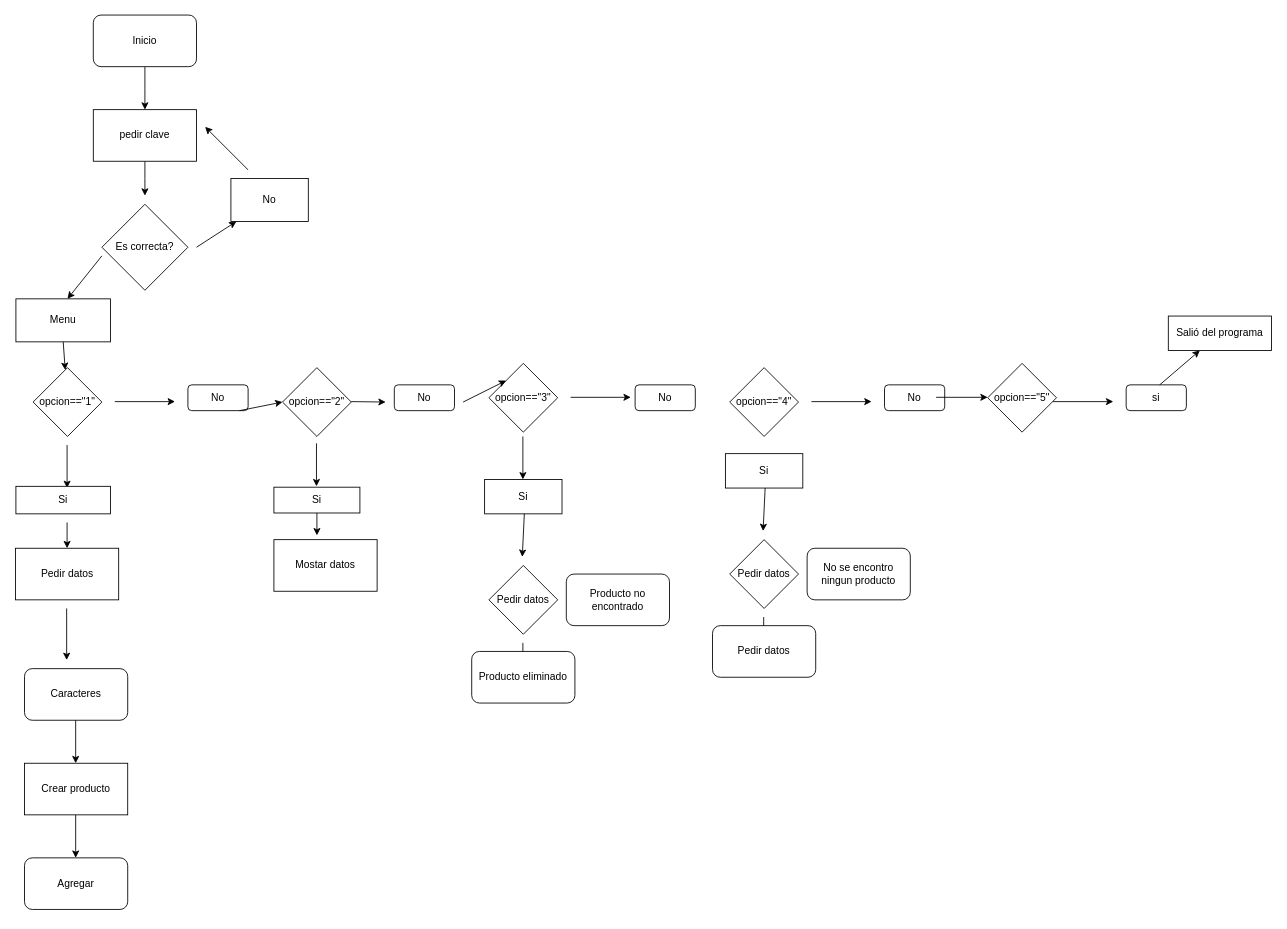
Before: Diagrama sin título.drawio in kevinld93/tp, a draw.io diagram. Source tidied: cells renumbered, new cells numbered last; positions are measured from the earlier drawing's top-left corner, leaving out a move shared by most shapes. Both pictures are drawn from the tidied source at 86%, with x=0, y=0 at pixel (15, 15).
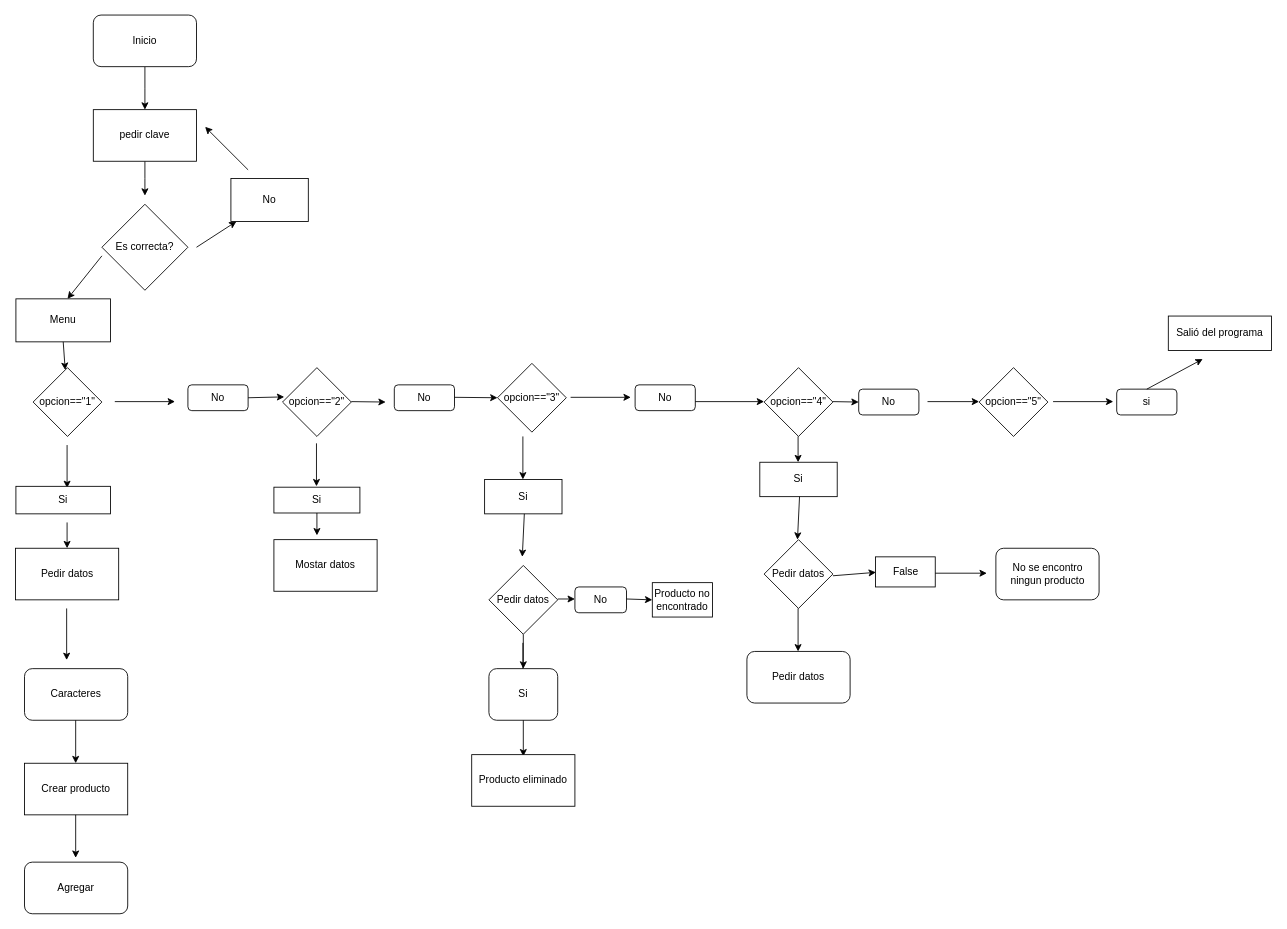
Above is the later version.

Unchanged cells that the change refers to:
```xml
<mxCell id="8" value="No" style="rounded=0;whiteSpace=wrap;html=1;" parent="1" vertex="1">
  <mxGeometry x="250" y="190" width="90" height="50" as="geometry" />
</mxCell>
<mxCell id="16" value="opcion==&quot;2&quot;" style="rhombus;whiteSpace=wrap;html=1;" parent="1" vertex="1">
  <mxGeometry x="310" y="410" width="80" height="80" as="geometry" />
</mxCell>
<mxCell id="32" value="Salió del programa" style="rounded=0;whiteSpace=wrap;html=1;" parent="1" vertex="1">
  <mxGeometry x="1340" y="350" width="120" height="40" as="geometry" />
</mxCell>
<mxCell id="50" value="Pedir datos" style="rhombus;whiteSpace=wrap;html=1;" parent="1" vertex="1">
  <mxGeometry x="550" y="640" width="80" height="80" as="geometry" />
</mxCell>
```

What changed in the source:
```diff
@@
     <mxCell id="7" style="endArrow=classic;html=1;rounded=0;" parent="1" edge="1" target="8">
       <mxGeometry relative="1" as="geometry">
         <mxPoint x="210" y="270" as="sourcePoint" />
-        <Array as="points">
-          <mxPoint x="210" y="270" />
-        </Array>
       </mxGeometry>
     </mxCell>
@@
-    <mxCell id="19" style="endArrow=classic;html=1;rounded=0;entryX=0;entryY=0.5;entryDx=0;entryDy=0;" parent="1" edge="1" target="16">
+    <mxCell id="19" style="endArrow=classic;html=1;rounded=0;entryX=0.025;entryY=0.425;entryDx=0;entryDy=0;entryPerimeter=0;" parent="1" edge="1" target="16">
       <mxGeometry relative="1" as="geometry">
-        <mxPoint x="260" y="460" as="sourcePoint" />
+        <mxPoint x="270" y="445" as="sourcePoint" />
       </mxGeometry>
     </mxCell>
     <mxCell id="20" value="opcion==&quot;3&quot;" style="rhombus;whiteSpace=wrap;html=1;" parent="1" vertex="1">
-      <mxGeometry x="550" y="405" width="80" height="80" as="geometry" />
+      <mxGeometry x="560" y="405" width="80" height="80" as="geometry" />
     </mxCell>
@@
-    <mxCell id="23" style="endArrow=classic;html=1;rounded=0;entryX=0;entryY=0;entryDx=0;entryDy=0;" parent="1" edge="1" target="20">
+    <mxCell id="23" style="endArrow=classic;html=1;rounded=0;entryX=0;entryY=0.5;entryDx=0;entryDy=0;" parent="1" edge="1" target="20">
       <mxGeometry relative="1" as="geometry">
-        <mxPoint x="520" y="450" as="sourcePoint" />
+        <mxPoint x="510" y="444.5" as="sourcePoint" />
       </mxGeometry>
     </mxCell>
     <mxCell id="24" value="opcion==&quot;4&quot;" style="rhombus;whiteSpace=wrap;html=1;" parent="1" vertex="1">
-      <mxGeometry x="830" y="410" width="80" height="80" as="geometry" />
+      <mxGeometry x="870" y="410" width="80" height="80" as="geometry" />
     </mxCell>
     <mxCell id="25" style="endArrow=classic;html=1;rounded=0;" parent="1" edge="1">
       <mxGeometry relative="1" as="geometry">
-        <mxPoint x="925" y="449.5" as="sourcePoint" />
-        <mxPoint x="995" y="449.5" as="targetPoint" />
+        <mxPoint x="950" y="449.5" as="sourcePoint" />
+        <mxPoint x="980" y="450" as="targetPoint" />
       </mxGeometry>
     </mxCell>
     <mxCell id="26" value="No" style="rounded=1;whiteSpace=wrap;html=1;" parent="1" vertex="1">
-      <mxGeometry x="1010" y="430" width="70" height="30" as="geometry" />
+      <mxGeometry x="980" y="435" width="70" height="30" as="geometry" />
     </mxCell>
     <mxCell id="27" value="opcion==&quot;5&quot;" style="rhombus;whiteSpace=wrap;html=1;" parent="1" vertex="1">
-      <mxGeometry x="1130" y="405" width="80" height="80" as="geometry" />
+      <mxGeometry x="1120" y="410" width="80" height="80" as="geometry" />
     </mxCell>
@@
     <mxCell id="29" value="si" style="rounded=1;whiteSpace=wrap;html=1;" parent="1" vertex="1">
-      <mxGeometry x="1291" y="430" width="70" height="30" as="geometry" />
+      <mxGeometry x="1280" y="435" width="70" height="30" as="geometry" />
     </mxCell>
     <mxCell id="30" style="endArrow=classic;html=1;rounded=0;" parent="1" edge="1">
       <mxGeometry relative="1" as="geometry">
-        <mxPoint x="1070" y="444.5" as="sourcePoint" />
-        <mxPoint x="1130" y="444.5" as="targetPoint" />
+        <mxPoint x="1060" y="449.5" as="sourcePoint" />
+        <mxPoint x="1120" y="449.5" as="targetPoint" />
       </mxGeometry>
     </mxCell>
-    <mxCell id="31" style="endArrow=classic;html=1;rounded=0;" parent="1" edge="1" target="32">
-      <mxGeometry relative="1" as="geometry">
-        <mxPoint x="1330" y="430" as="sourcePoint" />
-      </mxGeometry>
-    </mxCell>
@@
     <mxCell id="42" value="Agregar" style="rounded=1;whiteSpace=wrap;html=1;" parent="1" vertex="1">
-      <mxGeometry x="10" y="980" width="120" height="60" as="geometry" />
+      <mxGeometry x="10" y="985" width="120" height="60" as="geometry" />
     </mxCell>
@@
+    <mxCell id="60" style="edgeStyle=orthogonalEdgeStyle;rounded=0;jettySize=auto;html=1;" parent="1" edge="1" source="50" target="52">
+      <mxGeometry relative="1" as="geometry" />
+    </mxCell>
@@
-    <mxCell id="52" value="Producto eliminado" style="rounded=1;whiteSpace=wrap;html=1;" parent="1" vertex="1">
-      <mxGeometry x="530" y="740" width="120" height="60" as="geometry" />
+    <mxCell id="52" value="Si" style="rounded=1;whiteSpace=wrap;html=1;direction=south;" parent="1" vertex="1">
+      <mxGeometry x="550" y="760" width="80" height="60" as="geometry" />
     </mxCell>
-    <mxCell id="53" value="Producto no encontrado" style="rounded=1;whiteSpace=wrap;html=1;" parent="1" vertex="1">
-      <mxGeometry x="640" y="650" width="120" height="60" as="geometry" />
+    <mxCell id="53" value="No" style="rounded=1;whiteSpace=wrap;html=1;" parent="1" vertex="1">
+      <mxGeometry x="650" y="665" width="60" height="30" as="geometry" />
     </mxCell>
     <mxCell id="54" value="Si" style="rounded=0;whiteSpace=wrap;html=1;" parent="1" vertex="1">
-      <mxGeometry x="825" y="510" width="90" height="40" as="geometry" />
+      <mxGeometry x="865" y="520" width="90" height="40" as="geometry" />
     </mxCell>
     <mxCell id="55" style="endArrow=classic;html=1;rounded=0;entryX=0.25;entryY=0;entryDx=0;entryDy=0;" parent="1" edge="1">
       <mxGeometry relative="1" as="geometry">
-        <mxPoint x="871.2" y="550" as="sourcePoint" />
-        <mxPoint x="868.8" y="600" as="targetPoint" />
+        <mxPoint x="911.2" y="560" as="sourcePoint" />
+        <mxPoint x="908.8" y="610" as="targetPoint" />
       </mxGeometry>
     </mxCell>
     <mxCell id="56" value="Pedir datos" style="rhombus;whiteSpace=wrap;html=1;" parent="1" vertex="1">
-      <mxGeometry x="830" y="610" width="80" height="80" as="geometry" />
+      <mxGeometry x="870" y="610" width="80" height="80" as="geometry" />
     </mxCell>
     <mxCell id="57" style="endArrow=classic;html=1;rounded=0;" parent="1" edge="1">
       <mxGeometry relative="1" as="geometry">
-        <mxPoint x="869.5" y="700" as="sourcePoint" />
-        <mxPoint x="869.5" y="750" as="targetPoint" />
+        <mxPoint x="909.5" y="690" as="sourcePoint" />
+        <mxPoint x="909.5" y="740" as="targetPoint" />
       </mxGeometry>
     </mxCell>
     <mxCell id="58" value="Pedir datos" style="rounded=1;whiteSpace=wrap;html=1;" parent="1" vertex="1">
-      <mxGeometry x="810" y="710" width="120" height="60" as="geometry" />
+      <mxGeometry x="850" y="740" width="120" height="60" as="geometry" />
     </mxCell>
     <mxCell id="59" value="No se encontro ningun producto" style="rounded=1;whiteSpace=wrap;html=1;" parent="1" vertex="1">
-      <mxGeometry x="920" y="620" width="120" height="60" as="geometry" />
+      <mxGeometry x="1139.5" y="620" width="120" height="60" as="geometry" />
     </mxCell>
+    <mxCell id="61" style="endArrow=classic;html=1;rounded=0;exitX=0.5;exitY=0;exitDx=0;exitDy=0;" parent="1" edge="1" source="29">
+      <mxGeometry relative="1" as="geometry">
+        <mxPoint x="1380" y="400" as="targetPoint" />
+      </mxGeometry>
+    </mxCell>
+    <mxCell id="62" style="endArrow=classic;html=1;rounded=0;" parent="1" edge="1">
+      <mxGeometry relative="1" as="geometry">
+        <mxPoint x="590" y="820" as="sourcePoint" />
+        <mxPoint x="590" y="862" as="targetPoint" />
+      </mxGeometry>
+    </mxCell>
+    <mxCell id="63" value="Producto eliminado" style="rounded=0;whiteSpace=wrap;html=1;" parent="1" vertex="1">
+      <mxGeometry x="530" y="860" width="120" height="60" as="geometry" />
+    </mxCell>
+    <mxCell id="64" style="endArrow=classic;html=1;rounded=0;" parent="1" edge="1">
+      <mxGeometry relative="1" as="geometry">
+        <mxPoint x="710" y="679" as="sourcePoint" />
+        <mxPoint x="740" y="680" as="targetPoint" />
+      </mxGeometry>
+    </mxCell>
+    <mxCell id="65" style="endArrow=classic;html=1;rounded=0;" parent="1" edge="1">
+      <mxGeometry relative="1" as="geometry">
+        <mxPoint x="630" y="679" as="sourcePoint" />
+        <mxPoint x="650" y="679" as="targetPoint" />
+      </mxGeometry>
+    </mxCell>
+    <mxCell id="66" value="Producto no encontrado" style="rounded=0;whiteSpace=wrap;html=1;" parent="1" vertex="1">
+      <mxGeometry x="740" y="660" width="70" height="40" as="geometry" />
+    </mxCell>
+    <mxCell id="67" style="endArrow=classic;html=1;rounded=0;" parent="1" edge="1">
+      <mxGeometry relative="1" as="geometry">
+        <mxPoint x="909.5" y="490" as="sourcePoint" />
+        <mxPoint x="909.5" y="520" as="targetPoint" />
+      </mxGeometry>
+    </mxCell>
+    <mxCell id="68" style="endArrow=classic;html=1;rounded=0;" parent="1" edge="1">
+      <mxGeometry relative="1" as="geometry">
+        <mxPoint x="790" y="449.5" as="sourcePoint" />
+        <mxPoint x="870" y="449.5" as="targetPoint" />
+      </mxGeometry>
+    </mxCell>
+    <mxCell id="69" value="False" style="rounded=0;whiteSpace=wrap;html=1;" parent="1" vertex="1">
+      <mxGeometry x="999.5" y="630" width="69.5" height="35" as="geometry" />
+    </mxCell>
+    <mxCell id="70" style="endArrow=classic;html=1;rounded=0;" parent="1" edge="1">
+      <mxGeometry relative="1" as="geometry">
+        <mxPoint x="950" y="652" as="sourcePoint" />
+        <mxPoint x="1000" y="648" as="targetPoint" />
+      </mxGeometry>
+    </mxCell>
+    <mxCell id="71" style="endArrow=classic;html=1;rounded=0;" parent="1" edge="1">
+      <mxGeometry relative="1" as="geometry">
+        <mxPoint x="1069" y="649" as="sourcePoint" />
+        <mxPoint x="1129" y="649" as="targetPoint" />
+      </mxGeometry>
+    </mxCell>
```
